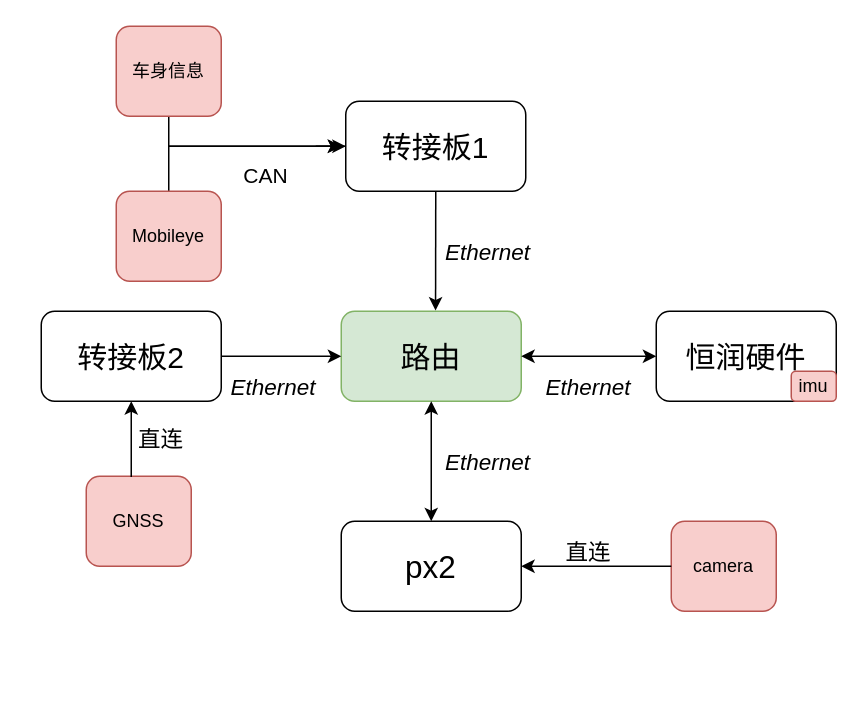
Before: poc传感器连接方式.drawio in xhzhuhit/Trajectory_Compression_Algorithms, a draw.io diagram. Source tidied: cells renumbered, new cells numbered last; positions are measured from the earlier drawing's top-left corner, leaving out a move shared by most shapes. Both pictures are drawn from the tidied source at 150%, with x=0, y=0 at pixel (40, 26).
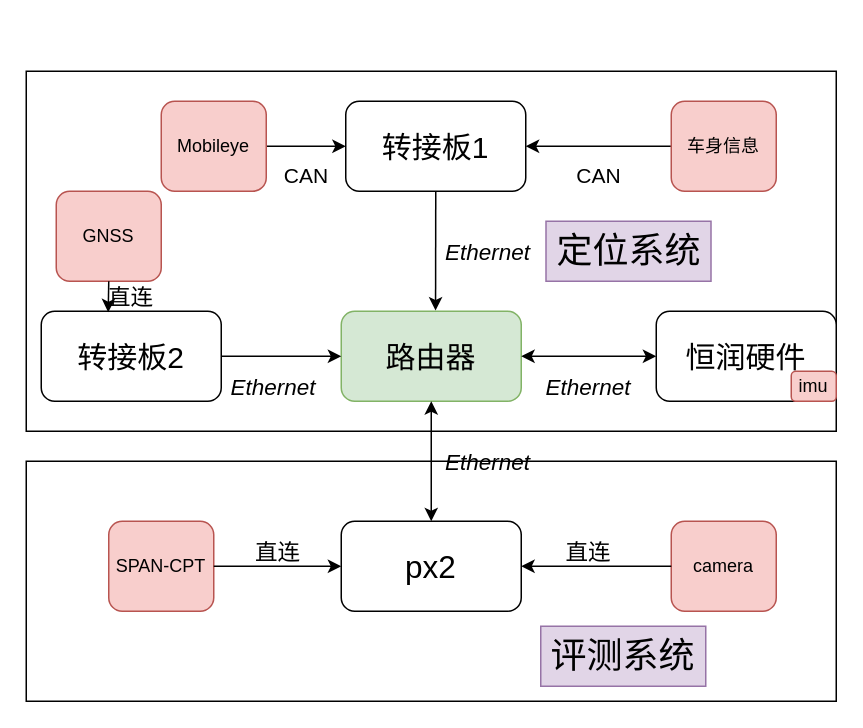
The same diagram, later.

Commit message:
Update poc传感器连接方式.drawio

Unchanged cells that the change refers to:
```xml
<mxCell id="3" value="&lt;font style=&quot;font-size: 21px&quot;&gt;px2&lt;/font&gt;" style="rounded=1;whiteSpace=wrap;html=1;" parent="1" vertex="1">
  <mxGeometry x="200" y="330" width="120" height="60" as="geometry" />
</mxCell>
<mxCell id="11" value="&lt;font style=&quot;font-size: 20px&quot;&gt;转接板1&lt;/font&gt;" style="rounded=1;whiteSpace=wrap;html=1;" parent="1" vertex="1">
  <mxGeometry x="203" y="50" width="120" height="60" as="geometry" />
</mxCell>
<mxCell id="21" value="&lt;font style=&quot;font-size: 20px&quot;&gt;转接板2&lt;/font&gt;" style="rounded=1;whiteSpace=wrap;html=1;" parent="1" vertex="1">
  <mxGeometry y="190" width="120" height="60" as="geometry" />
</mxCell>
```

The edit, as a diff of the source:
```diff
@@
+    <mxCell id="28" style="rounded=0;whiteSpace=wrap;html=1;strokeWidth=1;" parent="1" vertex="1">
+      <mxGeometry x="-10" y="30" width="540" height="240" as="geometry" />
+    </mxCell>
+    <mxCell id="29" style="rounded=0;whiteSpace=wrap;html=1;strokeWidth=1;" parent="1" vertex="1">
+      <mxGeometry x="-10" y="290" width="540" height="160" as="geometry" />
+    </mxCell>
-    <mxCell id="2" value="&lt;font style=&quot;font-size: 20px&quot;&gt;路由&lt;/font&gt;" style="rounded=1;whiteSpace=wrap;html=1;fillColor=#d5e8d4;strokeColor=#82b366;" parent="1" vertex="1">
+    <mxCell id="2" value="&lt;font style=&quot;font-size: 20px&quot;&gt;路由器&lt;/font&gt;" style="rounded=1;whiteSpace=wrap;html=1;fillColor=#d5e8d4;strokeColor=#82b366;" parent="1" vertex="1">
       <mxGeometry x="200" y="190" width="120" height="60" as="geometry" />
     </mxCell>
@@
-    <mxCell id="10" style="edgeStyle=orthogonalEdgeStyle;rounded=0;jettySize=auto;html=1;" parent="1" edge="1" source="11">
-      <mxGeometry relative="1" as="geometry">
-        <mxPoint x="200" y="80" as="targetPoint" />
-      </mxGeometry>
-    </mxCell>
@@
-    <mxCell id="12" style="edgeStyle=orthogonalEdgeStyle;rounded=0;jettySize=auto;html=1;exitX=0.5;exitY=1;exitDx=0;exitDy=0;" parent="1" edge="1" source="13">
-      <mxGeometry relative="1" as="geometry">
-        <mxPoint x="200" y="80" as="targetPoint" />
-        <Array as="points">
-          <mxPoint x="85" y="80" />
-        </Array>
-      </mxGeometry>
-    </mxCell>
+    <mxCell id="30" style="edgeStyle=orthogonalEdgeStyle;rounded=0;jettySize=auto;html=1;entryX=1;entryY=0.5;entryDx=0;entryDy=0;" parent="1" edge="1" source="13" target="11">
+      <mxGeometry relative="1" as="geometry" />
+    </mxCell>
     <mxCell id="13" value="车身信息" style="rounded=1;whiteSpace=wrap;html=1;fillColor=#f8cecc;strokeColor=#b85450;" parent="1" vertex="1">
-      <mxGeometry x="50" width="70" height="60" as="geometry" />
+      <mxGeometry x="420" y="50" width="70" height="60" as="geometry" />
     </mxCell>
-    <mxCell id="14" style="edgeStyle=orthogonalEdgeStyle;rounded=0;jettySize=auto;html=1;exitX=0.5;exitY=0;exitDx=0;exitDy=0;" parent="1" edge="1" source="15">
-      <mxGeometry relative="1" as="geometry">
-        <mxPoint x="203" y="80" as="targetPoint" />
-        <Array as="points">
-          <mxPoint x="85" y="80" />
-        </Array>
-      </mxGeometry>
-    </mxCell>
+    <mxCell id="31" style="edgeStyle=orthogonalEdgeStyle;rounded=0;jettySize=auto;html=1;exitX=1;exitY=0.5;exitDx=0;exitDy=0;entryX=0;entryY=0.5;entryDx=0;entryDy=0;" parent="1" edge="1" source="15" target="11">
+      <mxGeometry relative="1" as="geometry" />
+    </mxCell>
     <mxCell id="15" value="Mobileye" style="rounded=1;whiteSpace=wrap;html=1;fillColor=#f8cecc;strokeColor=#b85450;" parent="1" vertex="1">
-      <mxGeometry x="50" y="110" width="70" height="60" as="geometry" />
+      <mxGeometry x="80" y="50" width="70" height="60" as="geometry" />
     </mxCell>
@@
     <mxCell id="17" value="&lt;font style=&quot;font-size: 14px&quot;&gt;CAN&lt;/font&gt;" style="text;html=1;strokeColor=none;fillColor=none;align=center;verticalAlign=middle;whiteSpace=wrap;rounded=0;strokeWidth=4;" parent="1" vertex="1">
-      <mxGeometry x="130" y="90" width="40" height="20" as="geometry" />
+      <mxGeometry x="156.5" y="90" width="40" height="20" as="geometry" />
     </mxCell>
@@
     <mxCell id="24" value="GNSS" style="rounded=1;whiteSpace=wrap;html=1;fillColor=#f8cecc;strokeColor=#b85450;" parent="1" vertex="1">
-      <mxGeometry x="30" y="300" width="70" height="60" as="geometry" />
+      <mxGeometry x="10" y="110" width="70" height="60" as="geometry" />
     </mxCell>
-    <mxCell id="25" style="endArrow=classic;html=1;entryX=0.5;entryY=1;entryDx=0;entryDy=0;exitX=0.429;exitY=0.007;exitDx=0;exitDy=0;exitPerimeter=0;" parent="1" edge="1" source="24" target="21">
-      <mxGeometry relative="1" as="geometry" />
-    </mxCell>
     <mxCell id="26" value="&lt;font style=&quot;font-size: 15px&quot;&gt;直连&lt;/font&gt;" style="text;html=1;strokeColor=none;fillColor=none;align=center;verticalAlign=middle;whiteSpace=wrap;rounded=0;" parent="1" vertex="1">
-      <mxGeometry x="60" y="265" width="40" height="20" as="geometry" />
+      <mxGeometry x="40" y="170" width="40" height="20" as="geometry" />
     </mxCell>
@@
+    <mxCell id="32" value="SPAN-CPT" style="rounded=1;whiteSpace=wrap;html=1;fillColor=#f8cecc;strokeColor=#b85450;" parent="1" vertex="1">
+      <mxGeometry x="45" y="330" width="70" height="60" as="geometry" />
+    </mxCell>
+    <mxCell id="33" value="&lt;font style=&quot;font-size: 15px&quot;&gt;直连&lt;/font&gt;" style="text;html=1;strokeColor=none;fillColor=none;align=center;verticalAlign=middle;whiteSpace=wrap;rounded=0;" parent="1" vertex="1">
+      <mxGeometry x="137.5" y="340" width="40" height="20" as="geometry" />
+    </mxCell>
+    <mxCell id="34" value="&lt;font style=&quot;font-size: 24px&quot;&gt;评测系统&lt;/font&gt;" style="text;html=1;strokeColor=#9673a6;fillColor=#e1d5e7;align=center;verticalAlign=middle;whiteSpace=wrap;rounded=0;" parent="1" vertex="1">
+      <mxGeometry x="333" y="400" width="110" height="40" as="geometry" />
+    </mxCell>
+    <mxCell id="35" value="&lt;font style=&quot;font-size: 14px&quot;&gt;CAN&lt;/font&gt;" style="text;html=1;strokeColor=none;fillColor=none;align=center;verticalAlign=middle;whiteSpace=wrap;rounded=0;strokeWidth=4;" parent="1" vertex="1">
+      <mxGeometry x="351.5" y="90" width="40" height="20" as="geometry" />
+    </mxCell>
+    <mxCell id="36" value="&lt;font style=&quot;font-size: 24px&quot;&gt;定位系统&lt;/font&gt;" style="text;html=1;strokeColor=#9673a6;fillColor=#e1d5e7;align=center;verticalAlign=middle;whiteSpace=wrap;rounded=0;" parent="1" vertex="1">
+      <mxGeometry x="336.5" y="130" width="110" height="40" as="geometry" />
+    </mxCell>
+    <mxCell id="25" style="endArrow=classic;html=1;exitX=0.5;exitY=1;exitDx=0;exitDy=0;entryX=0.372;entryY=0.011;entryDx=0;entryDy=0;entryPerimeter=0;" parent="1" edge="1" source="24" target="21">
+      <mxGeometry relative="1" as="geometry" />
+    </mxCell>
+    <mxCell id="37" style="endArrow=classic;html=1;entryX=0;entryY=0.5;entryDx=0;entryDy=0;exitX=1;exitY=0.5;exitDx=0;exitDy=0;" parent="1" edge="1" source="32" target="3">
+      <mxGeometry relative="1" as="geometry" />
+    </mxCell>
```
